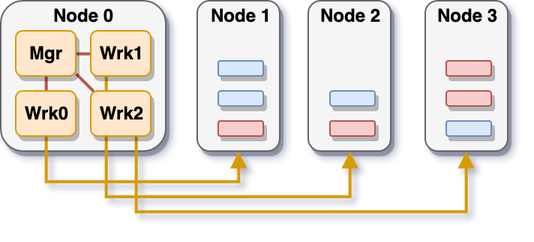
Libensemble/libensemble keeps this draw.io diagram as docs/images/centralized_Bb.png. Above is the earlier version. Source tidied: cells renumbered, new cells last; positions are measured from the earlier drawing's top-left corner, leaving out a move shared by most shapes. Source of this version:
```xml
<mxGraphModel>
  <root>
    <mxCell id="0" />
    <mxCell id="1" parent="0" />
    <mxCell id="2" style="rounded=1;whiteSpace=wrap;html=1;fillColor=#f5f5f5;strokeColor=#666666;fontColor=#333333;shadow=1;align=center;" parent="1" vertex="1">
      <mxGeometry width="110" height="100" as="geometry" />
    </mxCell>
    <mxCell id="3" style="edgeStyle=orthogonalEdgeStyle;rounded=0;jettySize=auto;html=1;exitX=1;exitY=0.5;exitDx=0;exitDy=0;entryX=0;entryY=0.5;entryDx=0;entryDy=0;endArrow=none;endFill=0;strokeColor=#b85450;strokeWidth=2;fillColor=#f8cecc;" parent="1" edge="1" source="6" target="16">
      <mxGeometry relative="1" as="geometry" />
    </mxCell>
    <mxCell id="4" style="edgeStyle=orthogonalEdgeStyle;rounded=0;jettySize=auto;html=1;exitX=0.5;exitY=1;exitDx=0;exitDy=0;entryX=0.5;entryY=0;entryDx=0;entryDy=0;endArrow=none;endFill=0;strokeColor=#b85450;strokeWidth=2;fillColor=#f8cecc;" parent="1" edge="1" source="6" target="14">
      <mxGeometry relative="1" as="geometry" />
    </mxCell>
    <mxCell id="5" style="rounded=0;jettySize=auto;html=1;exitX=1.008;exitY=0.956;exitDx=0;exitDy=0;entryX=0.05;entryY=0.011;entryDx=0;entryDy=0;endArrow=none;endFill=0;strokeColor=#b85450;strokeWidth=2;exitPerimeter=0;entryPerimeter=0;fillColor=#f8cecc;" parent="1" edge="1" source="6" target="18">
      <mxGeometry relative="1" as="geometry" />
    </mxCell>
    <mxCell id="6" value="&lt;span style=&quot;background-color: transparent&quot;&gt;&lt;b&gt;Mgr&lt;/b&gt;&lt;/span&gt;" style="rounded=1;whiteSpace=wrap;html=1;shadow=1;fillColor=#ffe6cc;strokeColor=#d79b00;" parent="1" vertex="1">
      <mxGeometry x="10" y="20" width="40" height="30" as="geometry" />
    </mxCell>
    <mxCell id="7" value="&lt;div style=&quot;line-height: 0%&quot; align=&quot;center&quot;&gt;&lt;br&gt;&lt;/div&gt;" style="rounded=1;whiteSpace=wrap;html=1;fillColor=#f5f5f5;strokeColor=#666666;fontColor=#333333;shadow=1;align=center;" parent="1" vertex="1">
      <mxGeometry x="131" width="55" height="100" as="geometry" />
    </mxCell>
    <mxCell id="8" value="&lt;div style=&quot;line-height: 0%&quot; align=&quot;center&quot;&gt;&lt;br&gt;&lt;/div&gt;" style="rounded=1;whiteSpace=wrap;html=1;fillColor=#f5f5f5;strokeColor=#666666;fontColor=#333333;shadow=1;align=center;" parent="1" vertex="1">
      <mxGeometry x="205" width="55" height="100" as="geometry" />
    </mxCell>
    <mxCell id="9" value="&lt;b&gt;Node 1&lt;br&gt;&lt;/b&gt;" style="text;html=1;strokeColor=none;fillColor=none;align=center;verticalAlign=middle;whiteSpace=wrap;rounded=0;shadow=1;" parent="1" vertex="1">
      <mxGeometry x="130" width="60" height="20" as="geometry" />
    </mxCell>
    <mxCell id="10" value="&lt;b&gt;Node 2&lt;br&gt;&lt;/b&gt;" style="text;html=1;strokeColor=none;fillColor=none;align=center;verticalAlign=middle;whiteSpace=wrap;rounded=0;shadow=1;" parent="1" vertex="1">
      <mxGeometry x="203" width="60" height="20" as="geometry" />
    </mxCell>
    <mxCell id="11" value="&lt;div style=&quot;line-height: 0%&quot; align=&quot;center&quot;&gt;&lt;br&gt;&lt;/div&gt;" style="rounded=1;whiteSpace=wrap;html=1;fillColor=#f5f5f5;strokeColor=#666666;fontColor=#333333;shadow=1;align=center;" parent="1" vertex="1">
      <mxGeometry x="283" width="55" height="100" as="geometry" />
    </mxCell>
    <mxCell id="12" value="&lt;b&gt;Node 3&lt;br&gt;&lt;/b&gt;" style="text;html=1;strokeColor=none;fillColor=none;align=center;verticalAlign=middle;whiteSpace=wrap;rounded=0;shadow=1;" parent="1" vertex="1">
      <mxGeometry x="280.5" width="60" height="20" as="geometry" />
    </mxCell>
    <mxCell id="13" style="edgeStyle=orthogonalEdgeStyle;rounded=0;jettySize=auto;html=1;exitX=0.5;exitY=1;exitDx=0;exitDy=0;entryX=0.5;entryY=1;entryDx=0;entryDy=0;shadow=0;startArrow=none;startFill=0;endArrow=block;endFill=1;strokeColor=#d79b00;strokeWidth=2;fillColor=#ffe6cc;" parent="1" edge="1" source="14" target="7">
      <mxGeometry relative="1" as="geometry">
        <Array as="points">
          <mxPoint x="30" y="120" />
          <mxPoint x="159" y="120" />
        </Array>
      </mxGeometry>
    </mxCell>
    <mxCell id="14" value="&lt;b&gt;Wrk0&lt;/b&gt;" style="rounded=1;whiteSpace=wrap;html=1;shadow=1;fillColor=#ffe6cc;strokeColor=#d79b00;" parent="1" vertex="1">
      <mxGeometry x="10" y="60" width="40" height="30" as="geometry" />
    </mxCell>
    <mxCell id="15" style="edgeStyle=orthogonalEdgeStyle;rounded=0;jettySize=auto;html=1;exitX=0.25;exitY=1;exitDx=0;exitDy=0;entryX=0.5;entryY=1;entryDx=0;entryDy=0;shadow=0;startArrow=none;startFill=0;endArrow=block;endFill=1;strokeColor=#d79b00;strokeWidth=2;fillColor=#ffe6cc;" parent="1" edge="1" source="16" target="8">
      <mxGeometry relative="1" as="geometry">
        <Array as="points">
          <mxPoint x="70" y="130" />
          <mxPoint x="233" y="130" />
        </Array>
      </mxGeometry>
    </mxCell>
    <mxCell id="16" value="&lt;b&gt;Wrk1&lt;/b&gt;" style="rounded=1;whiteSpace=wrap;html=1;shadow=1;fillColor=#ffe6cc;strokeColor=#d79b00;" parent="1" vertex="1">
      <mxGeometry x="60" y="20" width="40" height="30" as="geometry" />
    </mxCell>
    <mxCell id="17" style="edgeStyle=orthogonalEdgeStyle;rounded=0;jettySize=auto;html=1;exitX=0.75;exitY=1;exitDx=0;exitDy=0;entryX=0.5;entryY=1;entryDx=0;entryDy=0;shadow=0;startArrow=none;startFill=0;endArrow=block;endFill=1;strokeColor=#d79b00;strokeWidth=2;fillColor=#ffe6cc;" parent="1" edge="1" source="18" target="11">
      <mxGeometry relative="1" as="geometry">
        <Array as="points">
          <mxPoint x="90" y="140" />
          <mxPoint x="310" y="140" />
        </Array>
      </mxGeometry>
    </mxCell>
    <mxCell id="18" value="&lt;b&gt;Wrk2&lt;/b&gt;" style="rounded=1;whiteSpace=wrap;html=1;shadow=1;fillColor=#ffe6cc;strokeColor=#d79b00;" parent="1" vertex="1">
      <mxGeometry x="60" y="60" width="40" height="30" as="geometry" />
    </mxCell>
    <mxCell id="19" style="rounded=1;whiteSpace=wrap;html=1;shadow=1;labelBackgroundColor=#ffffff;fillColor=#f8cecc;align=center;strokeColor=#b85450;" parent="1" vertex="1">
      <mxGeometry x="297" y="40" width="30" height="10" as="geometry" />
    </mxCell>
    <mxCell id="20" style="rounded=1;whiteSpace=wrap;html=1;shadow=1;labelBackgroundColor=#ffffff;fillColor=#f8cecc;align=center;strokeColor=#b85450;arcSize=17;" parent="1" vertex="1">
      <mxGeometry x="297" y="60" width="30" height="10" as="geometry" />
    </mxCell>
    <mxCell id="21" style="rounded=1;whiteSpace=wrap;html=1;shadow=1;labelBackgroundColor=#ffffff;fillColor=#dae8fc;align=center;strokeColor=#6c8ebf;" parent="1" vertex="1">
      <mxGeometry x="297" y="80" width="30" height="10" as="geometry" />
    </mxCell>
    <mxCell id="22" style="rounded=1;whiteSpace=wrap;html=1;shadow=1;labelBackgroundColor=#ffffff;fillColor=#dae8fc;align=center;strokeColor=#6c8ebf;arcSize=17;" parent="1" vertex="1">
      <mxGeometry x="219.5" y="60" width="30" height="10" as="geometry" />
    </mxCell>
    <mxCell id="23" style="rounded=1;whiteSpace=wrap;html=1;shadow=1;labelBackgroundColor=#ffffff;fillColor=#f8cecc;align=center;strokeColor=#b85450;" parent="1" vertex="1">
      <mxGeometry x="219.5" y="80" width="30" height="10" as="geometry" />
    </mxCell>
    <mxCell id="24" style="rounded=1;whiteSpace=wrap;html=1;shadow=1;labelBackgroundColor=none;fillColor=#dae8fc;align=center;strokeColor=#6c8ebf;" parent="1" vertex="1">
      <mxGeometry x="145" y="40" width="30" height="10" as="geometry" />
    </mxCell>
    <mxCell id="25" style="rounded=1;whiteSpace=wrap;html=1;shadow=1;labelBackgroundColor=#ffffff;fillColor=#dae8fc;align=center;strokeColor=#6c8ebf;arcSize=17;" parent="1" vertex="1">
      <mxGeometry x="145" y="60" width="30" height="10" as="geometry" />
    </mxCell>
    <mxCell id="26" style="rounded=1;whiteSpace=wrap;html=1;shadow=1;labelBackgroundColor=#ffffff;fillColor=#f8cecc;align=center;strokeColor=#b85450;" parent="1" vertex="1">
      <mxGeometry x="145" y="80" width="30" height="10" as="geometry" />
    </mxCell>
    <mxCell id="27" value="&lt;div&gt;&lt;b&gt;Node 0&lt;/b&gt;&lt;/div&gt;" style="text;html=1;strokeColor=none;fillColor=none;align=center;verticalAlign=middle;whiteSpace=wrap;rounded=0;shadow=1;" parent="1" vertex="1">
      <mxGeometry x="25" width="60" height="20" as="geometry" />
    </mxCell>
  </root>
</mxGraphModel>
```
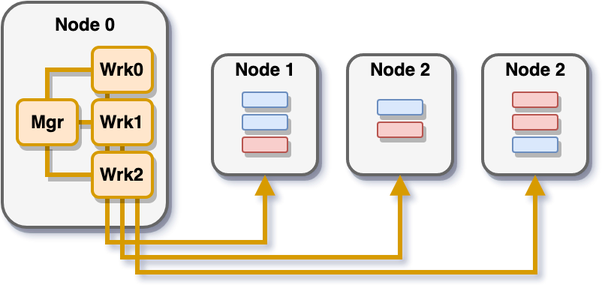
Later version of the same file.

Commit message:
adjust centralized diagrams, add xml source

Diff of the diagram source:
```diff
@@ -2,98 +2,106 @@
   <root>
     <mxCell id="0" />
     <mxCell id="1" parent="0" />
-    <mxCell id="2" style="rounded=1;whiteSpace=wrap;html=1;fillColor=#f5f5f5;strokeColor=#666666;fontColor=#333333;shadow=1;align=center;" parent="1" vertex="1">
-      <mxGeometry width="110" height="100" as="geometry" />
-    </mxCell>
-    <mxCell id="3" style="edgeStyle=orthogonalEdgeStyle;rounded=0;jettySize=auto;html=1;exitX=1;exitY=0.5;exitDx=0;exitDy=0;entryX=0;entryY=0.5;entryDx=0;entryDy=0;endArrow=none;endFill=0;strokeColor=#b85450;strokeWidth=2;fillColor=#f8cecc;" parent="1" edge="1" source="6" target="16">
-      <mxGeometry relative="1" as="geometry" />
-    </mxCell>
+    <mxCell id="28" style="rounded=1;whiteSpace=wrap;html=1;rotation=0;fillColor=#f5f5f5;strokeColor=#666666;fontColor=#333333;shadow=1;glass=0;strokeWidth=2;" parent="1" vertex="1">
+      <mxGeometry x="-890" y="120" width="110" height="150" as="geometry" />
+    </mxCell>
+    <mxCell id="27" value="&lt;b&gt;Node 0&lt;/b&gt;" style="text;html=1;strokeColor=none;fillColor=none;align=center;verticalAlign=middle;whiteSpace=wrap;rounded=0;" parent="1" vertex="1">
+      <mxGeometry x="-860" y="125" width="50" height="20" as="geometry" />
+    </mxCell>
-    <mxCell id="4" style="edgeStyle=orthogonalEdgeStyle;rounded=0;jettySize=auto;html=1;exitX=0.5;exitY=1;exitDx=0;exitDy=0;entryX=0.5;entryY=0;entryDx=0;entryDy=0;endArrow=none;endFill=0;strokeColor=#b85450;strokeWidth=2;fillColor=#f8cecc;" parent="1" edge="1" source="6" target="14">
-      <mxGeometry relative="1" as="geometry" />
+    <mxCell id="4" style="edgeStyle=orthogonalEdgeStyle;rounded=0;jettySize=auto;html=1;exitX=0.5;exitY=0;exitDx=0;exitDy=0;entryX=0;entryY=0.5;entryDx=0;entryDy=0;shadow=1;endArrow=none;endFill=0;strokeWidth=3;fillColor=#ffe6cc;strokeColor=#d79b00;" parent="1" edge="1" source="6" target="14">
+      <mxGeometry relative="1" as="geometry">
+        <Array as="points">
+          <mxPoint x="-860" y="165" />
+        </Array>
+      </mxGeometry>
     </mxCell>
-    <mxCell id="5" style="rounded=0;jettySize=auto;html=1;exitX=1.008;exitY=0.956;exitDx=0;exitDy=0;entryX=0.05;entryY=0.011;entryDx=0;entryDy=0;endArrow=none;endFill=0;strokeColor=#b85450;strokeWidth=2;exitPerimeter=0;entryPerimeter=0;fillColor=#f8cecc;" parent="1" edge="1" source="6" target="18">
-      <mxGeometry relative="1" as="geometry" />
+    <mxCell id="5" style="edgeStyle=orthogonalEdgeStyle;rounded=0;jettySize=auto;html=1;exitX=0.5;exitY=1;exitDx=0;exitDy=0;entryX=0;entryY=0.5;entryDx=0;entryDy=0;shadow=1;endArrow=none;endFill=0;strokeWidth=3;fillColor=#ffe6cc;strokeColor=#d79b00;" parent="1" edge="1" source="6" target="18">
+      <mxGeometry relative="1" as="geometry">
+        <Array as="points">
+          <mxPoint x="-860" y="235" />
+        </Array>
+      </mxGeometry>
     </mxCell>
+    <mxCell id="3" style="edgeStyle=orthogonalEdgeStyle;rounded=0;jettySize=auto;html=1;exitX=1;exitY=0.5;exitDx=0;exitDy=0;entryX=0;entryY=0.5;entryDx=0;entryDy=0;shadow=1;endArrow=none;endFill=0;strokeWidth=3;fillColor=#ffe6cc;strokeColor=#d79b00;" parent="1" edge="1" source="6" target="16">
+      <mxGeometry relative="1" as="geometry" />
+    </mxCell>
-    <mxCell id="6" value="&lt;span style=&quot;background-color: transparent&quot;&gt;&lt;b&gt;Mgr&lt;/b&gt;&lt;/span&gt;" style="rounded=1;whiteSpace=wrap;html=1;shadow=1;fillColor=#ffe6cc;strokeColor=#d79b00;" parent="1" vertex="1">
-      <mxGeometry x="10" y="20" width="40" height="30" as="geometry" />
+    <mxCell id="6" value="&lt;b&gt;Mgr&lt;/b&gt;" style="rounded=1;whiteSpace=wrap;html=1;fillColor=#ffe6cc;strokeColor=#d79b00;glass=0;comic=0;shadow=1;strokeWidth=2;" parent="1" vertex="1">
+      <mxGeometry x="-880" y="185" width="40" height="30" as="geometry" />
     </mxCell>
-    <mxCell id="7" value="&lt;div style=&quot;line-height: 0%&quot; align=&quot;center&quot;&gt;&lt;br&gt;&lt;/div&gt;" style="rounded=1;whiteSpace=wrap;html=1;fillColor=#f5f5f5;strokeColor=#666666;fontColor=#333333;shadow=1;align=center;" parent="1" vertex="1">
-      <mxGeometry x="131" width="55" height="100" as="geometry" />
-    </mxCell>
-    <mxCell id="8" value="&lt;div style=&quot;line-height: 0%&quot; align=&quot;center&quot;&gt;&lt;br&gt;&lt;/div&gt;" style="rounded=1;whiteSpace=wrap;html=1;fillColor=#f5f5f5;strokeColor=#666666;fontColor=#333333;shadow=1;align=center;" parent="1" vertex="1">
-      <mxGeometry x="205" width="55" height="100" as="geometry" />
-    </mxCell>
+    <mxCell id="29" style="rounded=1;whiteSpace=wrap;html=1;rotation=0;fillColor=#f5f5f5;strokeColor=#666666;fontColor=#333333;shadow=1;glass=0;strokeWidth=2;" parent="1" vertex="1">
+      <mxGeometry x="-750" y="155" width="70" height="80" as="geometry" />
+    </mxCell>
-    <mxCell id="9" value="&lt;b&gt;Node 1&lt;br&gt;&lt;/b&gt;" style="text;html=1;strokeColor=none;fillColor=none;align=center;verticalAlign=middle;whiteSpace=wrap;rounded=0;shadow=1;" parent="1" vertex="1">
-      <mxGeometry x="130" width="60" height="20" as="geometry" />
+    <mxCell id="9" value="&lt;b&gt;Node 1&lt;br&gt;&lt;/b&gt;" style="text;html=1;strokeColor=none;fillColor=none;align=center;verticalAlign=middle;whiteSpace=wrap;rounded=0;" parent="1" vertex="1">
+      <mxGeometry x="-740" y="155" width="50" height="20" as="geometry" />
     </mxCell>
-    <mxCell id="10" value="&lt;b&gt;Node 2&lt;br&gt;&lt;/b&gt;" style="text;html=1;strokeColor=none;fillColor=none;align=center;verticalAlign=middle;whiteSpace=wrap;rounded=0;shadow=1;" parent="1" vertex="1">
-      <mxGeometry x="203" width="60" height="20" as="geometry" />
-    </mxCell>
-    <mxCell id="11" value="&lt;div style=&quot;line-height: 0%&quot; align=&quot;center&quot;&gt;&lt;br&gt;&lt;/div&gt;" style="rounded=1;whiteSpace=wrap;html=1;fillColor=#f5f5f5;strokeColor=#666666;fontColor=#333333;shadow=1;align=center;" parent="1" vertex="1">
-      <mxGeometry x="283" width="55" height="100" as="geometry" />
-    </mxCell>
-    <mxCell id="12" value="&lt;b&gt;Node 3&lt;br&gt;&lt;/b&gt;" style="text;html=1;strokeColor=none;fillColor=none;align=center;verticalAlign=middle;whiteSpace=wrap;rounded=0;shadow=1;" parent="1" vertex="1">
-      <mxGeometry x="280.5" width="60" height="20" as="geometry" />
-    </mxCell>
-    <mxCell id="13" style="edgeStyle=orthogonalEdgeStyle;rounded=0;jettySize=auto;html=1;exitX=0.5;exitY=1;exitDx=0;exitDy=0;entryX=0.5;entryY=1;entryDx=0;entryDy=0;shadow=0;startArrow=none;startFill=0;endArrow=block;endFill=1;strokeColor=#d79b00;strokeWidth=2;fillColor=#ffe6cc;" parent="1" edge="1" source="14" target="7">
-      <mxGeometry relative="1" as="geometry">
-        <Array as="points">
-          <mxPoint x="30" y="120" />
-          <mxPoint x="159" y="120" />
-        </Array>
-      </mxGeometry>
-    </mxCell>
+    <mxCell id="30" style="edgeStyle=orthogonalEdgeStyle;rounded=0;jettySize=auto;html=1;exitX=0.25;exitY=1;exitDx=0;exitDy=0;entryX=0.5;entryY=1;entryDx=0;entryDy=0;shadow=0;endArrow=block;endFill=1;strokeWidth=3;fillColor=#ffe6cc;strokeColor=#d79b00;comic=0;" parent="1" edge="1" source="14" target="29">
+      <mxGeometry relative="1" as="geometry">
+        <Array as="points">
+          <mxPoint x="-820" y="280" />
+          <mxPoint x="-715" y="280" />
+        </Array>
+      </mxGeometry>
+    </mxCell>
-    <mxCell id="14" value="&lt;b&gt;Wrk0&lt;/b&gt;" style="rounded=1;whiteSpace=wrap;html=1;shadow=1;fillColor=#ffe6cc;strokeColor=#d79b00;" parent="1" vertex="1">
-      <mxGeometry x="10" y="60" width="40" height="30" as="geometry" />
+    <mxCell id="14" value="&lt;b&gt;Wrk0&lt;/b&gt;" style="rounded=1;whiteSpace=wrap;html=1;fillColor=#ffe6cc;strokeColor=#d79b00;glass=0;comic=0;shadow=1;strokeWidth=2;" parent="1" vertex="1">
+      <mxGeometry x="-830" y="150" width="40" height="30" as="geometry" />
     </mxCell>
-    <mxCell id="15" style="edgeStyle=orthogonalEdgeStyle;rounded=0;jettySize=auto;html=1;exitX=0.25;exitY=1;exitDx=0;exitDy=0;entryX=0.5;entryY=1;entryDx=0;entryDy=0;shadow=0;startArrow=none;startFill=0;endArrow=block;endFill=1;strokeColor=#d79b00;strokeWidth=2;fillColor=#ffe6cc;" parent="1" edge="1" source="16" target="8">
-      <mxGeometry relative="1" as="geometry">
-        <Array as="points">
-          <mxPoint x="70" y="130" />
-          <mxPoint x="233" y="130" />
-        </Array>
-      </mxGeometry>
-    </mxCell>
+    <mxCell id="31" style="rounded=1;whiteSpace=wrap;html=1;rotation=0;fillColor=#f5f5f5;strokeColor=#666666;fontColor=#333333;shadow=1;glass=0;strokeWidth=2;" parent="1" vertex="1">
+      <mxGeometry x="-660" y="155" width="70" height="80" as="geometry" />
+    </mxCell>
+    <mxCell id="32" value="&lt;b&gt;Node 2&lt;br&gt;&lt;/b&gt;" style="text;html=1;strokeColor=none;fillColor=none;align=center;verticalAlign=middle;whiteSpace=wrap;rounded=0;" parent="1" vertex="1">
+      <mxGeometry x="-650" y="155" width="50" height="20" as="geometry" />
+    </mxCell>
+    <mxCell id="33" style="edgeStyle=orthogonalEdgeStyle;rounded=0;jettySize=auto;html=1;exitX=0.5;exitY=1;exitDx=0;exitDy=0;entryX=0.5;entryY=1;entryDx=0;entryDy=0;shadow=0;endArrow=block;endFill=1;strokeWidth=3;fillColor=#ffe6cc;strokeColor=#d79b00;comic=0;" parent="1" edge="1" source="16" target="31">
+      <mxGeometry relative="1" as="geometry">
+        <Array as="points">
+          <mxPoint x="-810" y="290" />
+          <mxPoint x="-625" y="290" />
+        </Array>
+      </mxGeometry>
+    </mxCell>
-    <mxCell id="16" value="&lt;b&gt;Wrk1&lt;/b&gt;" style="rounded=1;whiteSpace=wrap;html=1;shadow=1;fillColor=#ffe6cc;strokeColor=#d79b00;" parent="1" vertex="1">
-      <mxGeometry x="60" y="20" width="40" height="30" as="geometry" />
+    <mxCell id="16" value="&lt;b&gt;Wrk1&lt;/b&gt;" style="rounded=1;whiteSpace=wrap;html=1;fillColor=#ffe6cc;strokeColor=#d79b00;glass=0;comic=0;shadow=1;strokeWidth=2;" parent="1" vertex="1">
+      <mxGeometry x="-830" y="185" width="40" height="30" as="geometry" />
     </mxCell>
-    <mxCell id="17" style="edgeStyle=orthogonalEdgeStyle;rounded=0;jettySize=auto;html=1;exitX=0.75;exitY=1;exitDx=0;exitDy=0;entryX=0.5;entryY=1;entryDx=0;entryDy=0;shadow=0;startArrow=none;startFill=0;endArrow=block;endFill=1;strokeColor=#d79b00;strokeWidth=2;fillColor=#ffe6cc;" parent="1" edge="1" source="18" target="11">
-      <mxGeometry relative="1" as="geometry">
-        <Array as="points">
-          <mxPoint x="90" y="140" />
-          <mxPoint x="310" y="140" />
-        </Array>
-      </mxGeometry>
-    </mxCell>
+    <mxCell id="34" style="rounded=1;whiteSpace=wrap;html=1;rotation=0;fillColor=#f5f5f5;strokeColor=#666666;fontColor=#333333;shadow=1;glass=0;strokeWidth=2;" parent="1" vertex="1">
+      <mxGeometry x="-570" y="155" width="70" height="80" as="geometry" />
+    </mxCell>
+    <mxCell id="35" value="&lt;b&gt;Node 2&lt;br&gt;&lt;/b&gt;" style="text;html=1;strokeColor=none;fillColor=none;align=center;verticalAlign=middle;whiteSpace=wrap;rounded=0;" parent="1" vertex="1">
+      <mxGeometry x="-560" y="155" width="50" height="20" as="geometry" />
+    </mxCell>
+    <mxCell id="36" style="edgeStyle=orthogonalEdgeStyle;rounded=0;jettySize=auto;html=1;exitX=0.75;exitY=1;exitDx=0;exitDy=0;entryX=0.5;entryY=1;entryDx=0;entryDy=0;shadow=0;endArrow=block;endFill=1;strokeWidth=3;fillColor=#ffe6cc;strokeColor=#d79b00;comic=0;" parent="1" edge="1" source="18" target="34">
+      <mxGeometry relative="1" as="geometry">
+        <Array as="points">
+          <mxPoint x="-800" y="300" />
+          <mxPoint x="-535" y="300" />
+        </Array>
+      </mxGeometry>
+    </mxCell>
-    <mxCell id="18" value="&lt;b&gt;Wrk2&lt;/b&gt;" style="rounded=1;whiteSpace=wrap;html=1;shadow=1;fillColor=#ffe6cc;strokeColor=#d79b00;" parent="1" vertex="1">
-      <mxGeometry x="60" y="60" width="40" height="30" as="geometry" />
+    <mxCell id="18" value="&lt;b&gt;Wrk2&lt;/b&gt;" style="rounded=1;whiteSpace=wrap;html=1;fillColor=#ffe6cc;strokeColor=#d79b00;glass=0;comic=0;shadow=1;strokeWidth=2;" parent="1" vertex="1">
+      <mxGeometry x="-830" y="220" width="40" height="30" as="geometry" />
     </mxCell>
-    <mxCell id="19" style="rounded=1;whiteSpace=wrap;html=1;shadow=1;labelBackgroundColor=#ffffff;fillColor=#f8cecc;align=center;strokeColor=#b85450;" parent="1" vertex="1">
-      <mxGeometry x="297" y="40" width="30" height="10" as="geometry" />
-    </mxCell>
-    <mxCell id="20" style="rounded=1;whiteSpace=wrap;html=1;shadow=1;labelBackgroundColor=#ffffff;fillColor=#f8cecc;align=center;strokeColor=#b85450;arcSize=17;" parent="1" vertex="1">
-      <mxGeometry x="297" y="60" width="30" height="10" as="geometry" />
-    </mxCell>
-    <mxCell id="21" style="rounded=1;whiteSpace=wrap;html=1;shadow=1;labelBackgroundColor=#ffffff;fillColor=#dae8fc;align=center;strokeColor=#6c8ebf;" parent="1" vertex="1">
-      <mxGeometry x="297" y="80" width="30" height="10" as="geometry" />
-    </mxCell>
-    <mxCell id="22" style="rounded=1;whiteSpace=wrap;html=1;shadow=1;labelBackgroundColor=#ffffff;fillColor=#dae8fc;align=center;strokeColor=#6c8ebf;arcSize=17;" parent="1" vertex="1">
-      <mxGeometry x="219.5" y="60" width="30" height="10" as="geometry" />
-    </mxCell>
-    <mxCell id="23" style="rounded=1;whiteSpace=wrap;html=1;shadow=1;labelBackgroundColor=#ffffff;fillColor=#f8cecc;align=center;strokeColor=#b85450;" parent="1" vertex="1">
-      <mxGeometry x="219.5" y="80" width="30" height="10" as="geometry" />
-    </mxCell>
-    <mxCell id="24" style="rounded=1;whiteSpace=wrap;html=1;shadow=1;labelBackgroundColor=none;fillColor=#dae8fc;align=center;strokeColor=#6c8ebf;" parent="1" vertex="1">
-      <mxGeometry x="145" y="40" width="30" height="10" as="geometry" />
-    </mxCell>
-    <mxCell id="25" style="rounded=1;whiteSpace=wrap;html=1;shadow=1;labelBackgroundColor=#ffffff;fillColor=#dae8fc;align=center;strokeColor=#6c8ebf;arcSize=17;" parent="1" vertex="1">
-      <mxGeometry x="145" y="60" width="30" height="10" as="geometry" />
-    </mxCell>
-    <mxCell id="26" style="rounded=1;whiteSpace=wrap;html=1;shadow=1;labelBackgroundColor=#ffffff;fillColor=#f8cecc;align=center;strokeColor=#b85450;" parent="1" vertex="1">
-      <mxGeometry x="145" y="80" width="30" height="10" as="geometry" />
-    </mxCell>
-    <mxCell id="27" value="&lt;div&gt;&lt;b&gt;Node 0&lt;/b&gt;&lt;/div&gt;" style="text;html=1;strokeColor=none;fillColor=none;align=center;verticalAlign=middle;whiteSpace=wrap;rounded=0;shadow=1;" parent="1" vertex="1">
-      <mxGeometry x="25" width="60" height="20" as="geometry" />
-    </mxCell>
+    <mxCell id="37" style="rounded=1;whiteSpace=wrap;html=1;shadow=1;glass=0;comic=0;fillColor=#f8cecc;strokeColor=#b85450;strokeWidth=1;perimeterSpacing=0;" parent="1" vertex="1">
+      <mxGeometry x="-730" y="210" width="30" height="10" as="geometry" />
+    </mxCell>
+    <mxCell id="38" style="rounded=1;whiteSpace=wrap;html=1;shadow=1;glass=0;comic=0;fillColor=#f8cecc;strokeColor=#b85450;strokeWidth=1;perimeterSpacing=0;" parent="1" vertex="1">
+      <mxGeometry x="-640" y="200" width="30" height="10" as="geometry" />
+    </mxCell>
+    <mxCell id="39" style="rounded=1;whiteSpace=wrap;html=1;shadow=1;glass=0;comic=0;fillColor=#f8cecc;strokeColor=#b85450;strokeWidth=1;perimeterSpacing=0;" parent="1" vertex="1">
+      <mxGeometry x="-550" y="180" width="30" height="10" as="geometry" />
+    </mxCell>
+    <mxCell id="40" style="rounded=1;whiteSpace=wrap;html=1;shadow=1;glass=0;comic=0;fillColor=#f8cecc;strokeColor=#b85450;strokeWidth=1;perimeterSpacing=0;" parent="1" vertex="1">
+      <mxGeometry x="-550" y="195" width="30" height="10" as="geometry" />
+    </mxCell>
+    <mxCell id="41" style="rounded=1;whiteSpace=wrap;html=1;shadow=1;glass=0;comic=0;fillColor=#dae8fc;strokeColor=#6c8ebf;strokeWidth=1;perimeterSpacing=0;" parent="1" vertex="1">
+      <mxGeometry x="-550" y="210" width="30" height="10" as="geometry" />
+    </mxCell>
+    <mxCell id="42" style="rounded=1;whiteSpace=wrap;html=1;shadow=1;glass=0;comic=0;fillColor=#dae8fc;strokeColor=#6c8ebf;strokeWidth=1;perimeterSpacing=0;" parent="1" vertex="1">
+      <mxGeometry x="-640" y="185" width="30" height="10" as="geometry" />
+    </mxCell>
+    <mxCell id="43" style="rounded=1;whiteSpace=wrap;html=1;shadow=1;glass=0;comic=0;fillColor=#dae8fc;strokeColor=#6c8ebf;strokeWidth=1;perimeterSpacing=0;" parent="1" vertex="1">
+      <mxGeometry x="-730" y="180" width="30" height="10" as="geometry" />
+    </mxCell>
+    <mxCell id="44" style="rounded=1;whiteSpace=wrap;html=1;shadow=1;glass=0;comic=0;fillColor=#dae8fc;strokeColor=#6c8ebf;strokeWidth=1;perimeterSpacing=0;" parent="1" vertex="1">
+      <mxGeometry x="-730" y="195" width="30" height="10" as="geometry" />
+    </mxCell>
   </root>
 </mxGraphModel>
```
